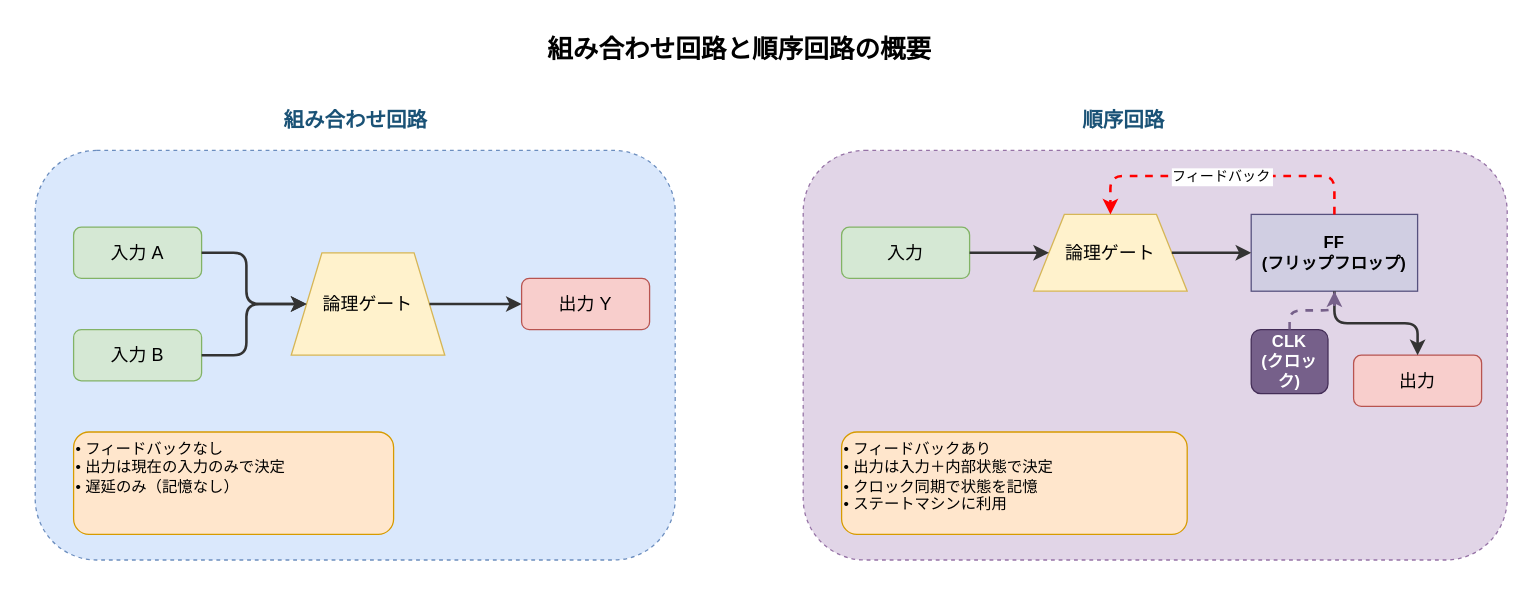
Above: images/systemverilog-guidebook/ch05_overview.drawio in aquaxis/webdoc (draw.io), before the change. Source tidied: cells renumbered, new cells numbered last; positions are measured from the earlier drawing's top-left corner, leaving out a move shared by most shapes. Both pictures are drawn from the tidied source at 128%, with x=0, y=0 at pixel (35, 22).
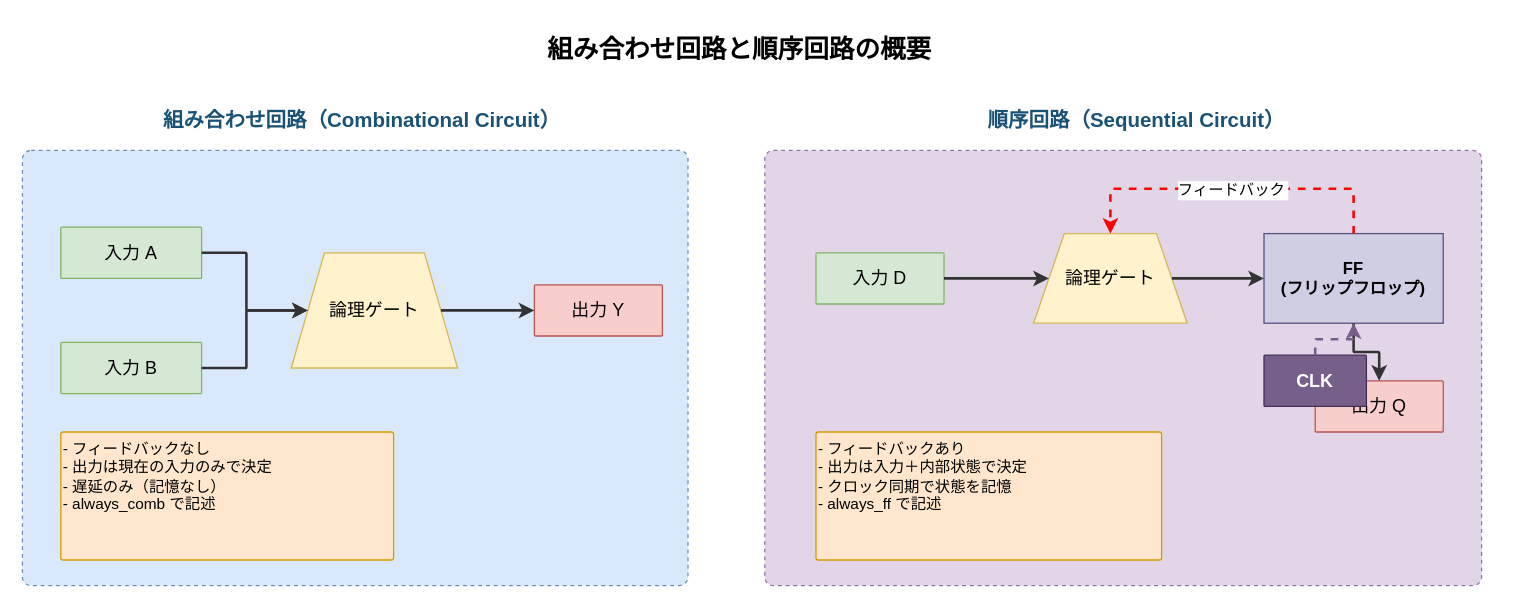
The same page after the edit.

Diff of the diagram source:
```diff
@@
-    <mxCell id="3" value="組み合わせ回路" style="text;html=1;fontSize=16;fontStyle=1;align=center;fontColor=#1a5276;" parent="1" vertex="1">
-      <mxGeometry x="50" y="60" width="400" height="30" as="geometry" />
+    <mxCell id="3" value="組み合わせ回路（Combinational Circuit）" style="text;html=1;fontSize=16;fontStyle=1;align=center;fontColor=#1a5276;" parent="1" vertex="1">
+      <mxGeometry x="30" y="60" width="450" height="30" as="geometry" />
     </mxCell>
-    <mxCell id="4" style="rounded=1;whiteSpace=wrap;html=1;fillColor=#dae8fc;strokeColor=#6c8ebf;dashed=1;" parent="1" vertex="1">
-      <mxGeometry y="100" width="500" height="320" as="geometry" />
+    <mxCell id="4" style="rounded=1;arcSize=2;whiteSpace=wrap;html=1;fillColor=#dae8fc;strokeColor=#6c8ebf;dashed=1;" parent="1" vertex="1">
+      <mxGeometry x="-10" y="100" width="520" height="340" as="geometry" />
     </mxCell>
-    <mxCell id="5" value="入力 A" style="rounded=1;whiteSpace=wrap;html=1;fillColor=#d5e8d4;strokeColor=#82b366;fontSize=14;" parent="1" vertex="1">
-      <mxGeometry x="30" y="160" width="100" height="40" as="geometry" />
+    <mxCell id="5" value="入力 A" style="rounded=1;arcSize=2;whiteSpace=wrap;html=1;fillColor=#d5e8d4;strokeColor=#82b366;fontSize=14;" parent="1" vertex="1">
+      <mxGeometry x="20" y="160" width="110" height="40" as="geometry" />
     </mxCell>
-    <mxCell id="6" value="入力 B" style="rounded=1;whiteSpace=wrap;html=1;fillColor=#d5e8d4;strokeColor=#82b366;fontSize=14;" parent="1" vertex="1">
-      <mxGeometry x="30" y="240" width="100" height="40" as="geometry" />
+    <mxCell id="6" value="入力 B" style="rounded=1;arcSize=2;whiteSpace=wrap;html=1;fillColor=#d5e8d4;strokeColor=#82b366;fontSize=14;" parent="1" vertex="1">
+      <mxGeometry x="20" y="250" width="110" height="40" as="geometry" />
     </mxCell>
     <mxCell id="7" value="論理ゲート" style="shape=trapezoid;perimeter=trapezoidPerimeter;whiteSpace=wrap;html=1;fillColor=#fff2cc;strokeColor=#d6b656;fontSize=14;direction=east;" parent="1" vertex="1">
-      <mxGeometry x="200" y="180" width="120" height="80" as="geometry" />
+      <mxGeometry x="200" y="180" width="130" height="90" as="geometry" />
     </mxCell>
-    <mxCell id="8" value="出力 Y" style="rounded=1;whiteSpace=wrap;html=1;fillColor=#f8cecc;strokeColor=#b85450;fontSize=14;" parent="1" vertex="1">
-      <mxGeometry x="380" y="200" width="100" height="40" as="geometry" />
+    <mxCell id="8" value="出力 Y" style="rounded=1;arcSize=2;whiteSpace=wrap;html=1;fillColor=#f8cecc;strokeColor=#b85450;fontSize=14;" parent="1" vertex="1">
+      <mxGeometry x="390" y="205" width="100" height="40" as="geometry" />
     </mxCell>
-    <mxCell id="9" style="edgeStyle=orthogonalEdgeStyle;rounded=1;strokeWidth=2;strokeColor=#333333;" parent="1" edge="1" source="5" target="7">
+    <mxCell id="9" style="edgeStyle=orthogonalEdgeStyle;rounded=1;arcSize=2;strokeWidth=2;strokeColor=#333333;" parent="1" edge="1" source="5" target="7">
       <mxGeometry relative="1" as="geometry" />
     </mxCell>
-    <mxCell id="10" style="edgeStyle=orthogonalEdgeStyle;rounded=1;strokeWidth=2;strokeColor=#333333;" parent="1" edge="1" source="6" target="7">
+    <mxCell id="10" style="edgeStyle=orthogonalEdgeStyle;rounded=1;arcSize=2;strokeWidth=2;strokeColor=#333333;" parent="1" edge="1" source="6" target="7">
       <mxGeometry relative="1" as="geometry" />
     </mxCell>
-    <mxCell id="11" style="edgeStyle=orthogonalEdgeStyle;rounded=1;strokeWidth=2;strokeColor=#333333;" parent="1" edge="1" source="7" target="8">
+    <mxCell id="11" style="edgeStyle=orthogonalEdgeStyle;rounded=1;arcSize=2;strokeWidth=2;strokeColor=#333333;" parent="1" edge="1" source="7" target="8">
       <mxGeometry relative="1" as="geometry" />
     </mxCell>
-    <mxCell id="12" value="• フィードバックなし&#10;• 出力は現在の入力のみで決定&#10;• 遅延のみ（記憶なし）" style="text;html=1;fontSize=12;align=left;verticalAlign=top;fillColor=#ffe6cc;strokeColor=#d79b00;rounded=1;" parent="1" vertex="1">
-      <mxGeometry x="30" y="320" width="250" height="80" as="geometry" />
+    <mxCell id="12" value="- フィードバックなし&#10;- 出力は現在の入力のみで決定&#10;- 遅延のみ（記憶なし）&#10;- always_comb で記述" style="text;html=1;fontSize=12;align=left;verticalAlign=top;fillColor=#ffe6cc;strokeColor=#d79b00;rounded=1;arcSize=2;" parent="1" vertex="1">
+      <mxGeometry x="20" y="320" width="260" height="100" as="geometry" />
     </mxCell>
-    <mxCell id="13" value="順序回路" style="text;html=1;fontSize=16;fontStyle=1;align=center;fontColor=#1a5276;" parent="1" vertex="1">
-      <mxGeometry x="650" y="60" width="400" height="30" as="geometry" />
+    <mxCell id="13" value="順序回路（Sequential Circuit）" style="text;html=1;fontSize=16;fontStyle=1;align=center;fontColor=#1a5276;" parent="1" vertex="1">
+      <mxGeometry x="650" y="60" width="420" height="30" as="geometry" />
     </mxCell>
-    <mxCell id="14" style="rounded=1;whiteSpace=wrap;html=1;fillColor=#e1d5e7;strokeColor=#9673a6;dashed=1;" parent="1" vertex="1">
-      <mxGeometry x="600" y="100" width="550" height="320" as="geometry" />
+    <mxCell id="14" style="rounded=1;arcSize=2;whiteSpace=wrap;html=1;fillColor=#e1d5e7;strokeColor=#9673a6;dashed=1;" parent="1" vertex="1">
+      <mxGeometry x="570" y="100" width="560" height="340" as="geometry" />
     </mxCell>
-    <mxCell id="15" value="入力" style="rounded=1;whiteSpace=wrap;html=1;fillColor=#d5e8d4;strokeColor=#82b366;fontSize=14;" parent="1" vertex="1">
-      <mxGeometry x="630" y="160" width="100" height="40" as="geometry" />
+    <mxCell id="15" value="入力 D" style="rounded=1;arcSize=2;whiteSpace=wrap;html=1;fillColor=#d5e8d4;strokeColor=#82b366;fontSize=14;" parent="1" vertex="1">
+      <mxGeometry x="610" y="180" width="100" height="40" as="geometry" />
     </mxCell>
     <mxCell id="16" value="論理ゲート" style="shape=trapezoid;perimeter=trapezoidPerimeter;whiteSpace=wrap;html=1;fillColor=#fff2cc;strokeColor=#d6b656;fontSize=14;direction=east;" parent="1" vertex="1">
-      <mxGeometry x="780" y="150" width="120" height="60" as="geometry" />
+      <mxGeometry x="780" y="165" width="120" height="70" as="geometry" />
     </mxCell>
     <mxCell id="17" value="FF&#10;(フリップフロップ)" style="rounded=0;whiteSpace=wrap;html=1;fillColor=#d0cee2;strokeColor=#56517e;fontSize=13;fontStyle=1;" parent="1" vertex="1">
-      <mxGeometry x="950" y="150" width="130" height="60" as="geometry" />
+      <mxGeometry x="960" y="165" width="140" height="70" as="geometry" />
     </mxCell>
-    <mxCell id="18" value="出力" style="rounded=1;whiteSpace=wrap;html=1;fillColor=#f8cecc;strokeColor=#b85450;fontSize=14;" parent="1" vertex="1">
-      <mxGeometry x="1030" y="260" width="100" height="40" as="geometry" />
+    <mxCell id="18" value="出力 Q" style="rounded=1;arcSize=2;whiteSpace=wrap;html=1;fillColor=#f8cecc;strokeColor=#b85450;fontSize=14;" parent="1" vertex="1">
+      <mxGeometry x="1000" y="280" width="100" height="40" as="geometry" />
     </mxCell>
-    <mxCell id="19" value="CLK&#10;(クロック)" style="rounded=1;whiteSpace=wrap;html=1;fillColor=#76608a;strokeColor=#432D57;fontColor=#ffffff;fontSize=13;fontStyle=1;" parent="1" vertex="1">
-      <mxGeometry x="950" y="240" width="60" height="50" as="geometry" />
+    <mxCell id="19" value="CLK" style="rounded=1;arcSize=2;whiteSpace=wrap;html=1;fillColor=#76608a;strokeColor=#432D57;fontColor=#ffffff;fontSize=14;fontStyle=1;" parent="1" vertex="1">
+      <mxGeometry x="960" y="260" width="80" height="40" as="geometry" />
     </mxCell>
-    <mxCell id="20" style="edgeStyle=orthogonalEdgeStyle;rounded=1;strokeWidth=2;strokeColor=#333333;" parent="1" edge="1" source="15" target="16">
+    <mxCell id="20" style="edgeStyle=orthogonalEdgeStyle;rounded=1;arcSize=2;strokeWidth=2;strokeColor=#333333;" parent="1" edge="1" source="15" target="16">
       <mxGeometry relative="1" as="geometry" />
     </mxCell>
-    <mxCell id="21" style="edgeStyle=orthogonalEdgeStyle;rounded=1;strokeWidth=2;strokeColor=#333333;" parent="1" edge="1" source="16" target="17">
+    <mxCell id="21" style="edgeStyle=orthogonalEdgeStyle;rounded=1;arcSize=2;strokeWidth=2;strokeColor=#333333;" parent="1" edge="1" source="16" target="17">
       <mxGeometry relative="1" as="geometry" />
     </mxCell>
-    <mxCell id="22" style="edgeStyle=orthogonalEdgeStyle;rounded=1;strokeWidth=2;strokeColor=#333333;" parent="1" edge="1" source="17" target="18">
+    <mxCell id="22" style="edgeStyle=orthogonalEdgeStyle;rounded=1;arcSize=2;strokeWidth=2;strokeColor=#333333;" parent="1" edge="1" source="17" target="18">
       <mxGeometry relative="1" as="geometry" />
     </mxCell>
-    <mxCell id="23" style="edgeStyle=orthogonalEdgeStyle;rounded=1;strokeWidth=2;strokeColor=#76608a;dashed=1;" parent="1" edge="1" source="19" target="17">
+    <mxCell id="23" style="edgeStyle=orthogonalEdgeStyle;rounded=1;arcSize=2;strokeWidth=2;strokeColor=#76608a;dashed=1;" parent="1" edge="1" source="19" target="17">
       <mxGeometry relative="1" as="geometry" />
     </mxCell>
-    <mxCell id="24" value="フィードバック" style="edgeStyle=orthogonalEdgeStyle;rounded=1;strokeWidth=2;strokeColor=#FF0000;dashed=1;fontSize=11;" parent="1" edge="1" source="17" target="16">
+    <mxCell id="24" value="フィードバック" style="edgeStyle=orthogonalEdgeStyle;rounded=1;arcSize=2;strokeWidth=2;strokeColor=#FF0000;dashed=1;fontSize=12;" parent="1" edge="1" source="17" target="16">
       <mxGeometry relative="1" as="geometry">
         <Array as="points">
-          <mxPoint x="1015" y="120" />
-          <mxPoint x="840" y="120" />
+          <mxPoint x="1030" y="130" />
+          <mxPoint x="840" y="130" />
         </Array>
       </mxGeometry>
     </mxCell>
-    <mxCell id="25" value="• フィードバックあり&#10;• 出力は入力＋内部状態で決定&#10;• クロック同期で状態を記憶&#10;• ステートマシンに利用" style="text;html=1;fontSize=12;align=left;verticalAlign=top;fillColor=#ffe6cc;strokeColor=#d79b00;rounded=1;" parent="1" vertex="1">
-      <mxGeometry x="630" y="320" width="270" height="80" as="geometry" />
+    <mxCell id="25" value="- フィードバックあり&#10;- 出力は入力＋内部状態で決定&#10;- クロック同期で状態を記憶&#10;- always_ff で記述" style="text;html=1;fontSize=12;align=left;verticalAlign=top;fillColor=#ffe6cc;strokeColor=#d79b00;rounded=1;arcSize=2;" parent="1" vertex="1">
+      <mxGeometry x="610" y="320" width="270" height="100" as="geometry" />
     </mxCell>
```
